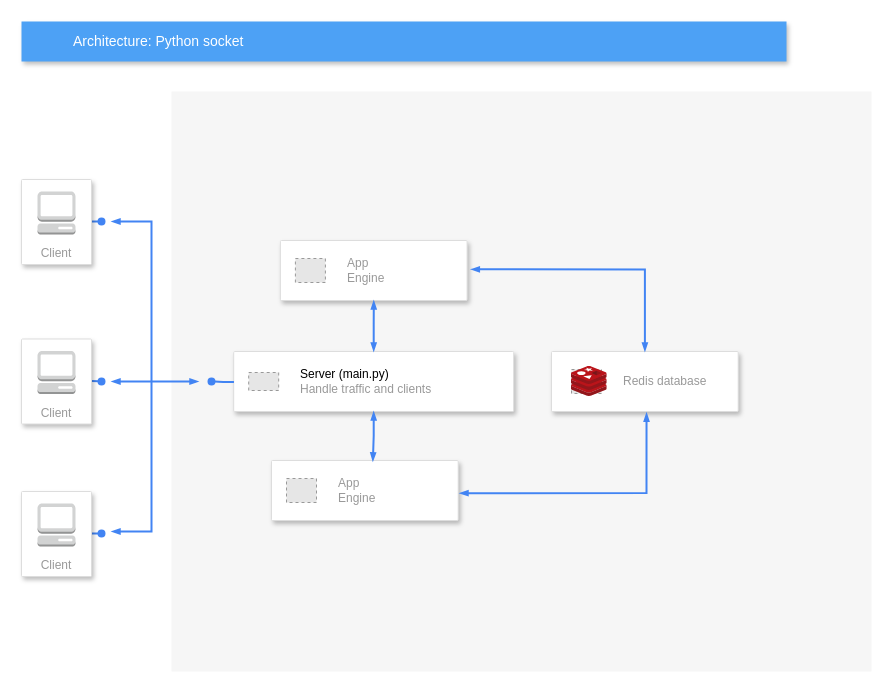
Before: assignment4/Untitled Diagram.drawio in mrMikoma/DistributedSystems, a draw.io diagram. Source tidied: cells renumbered, new cells numbered last; positions are measured from the earlier drawing's top-left corner, leaving out a move shared by most shapes. Both pictures are drawn from the tidied source at 100%, with x=0, y=0 at pixel (21, 21). Pictures stored in the file or linked from it are replaced by grey dashed boxes.
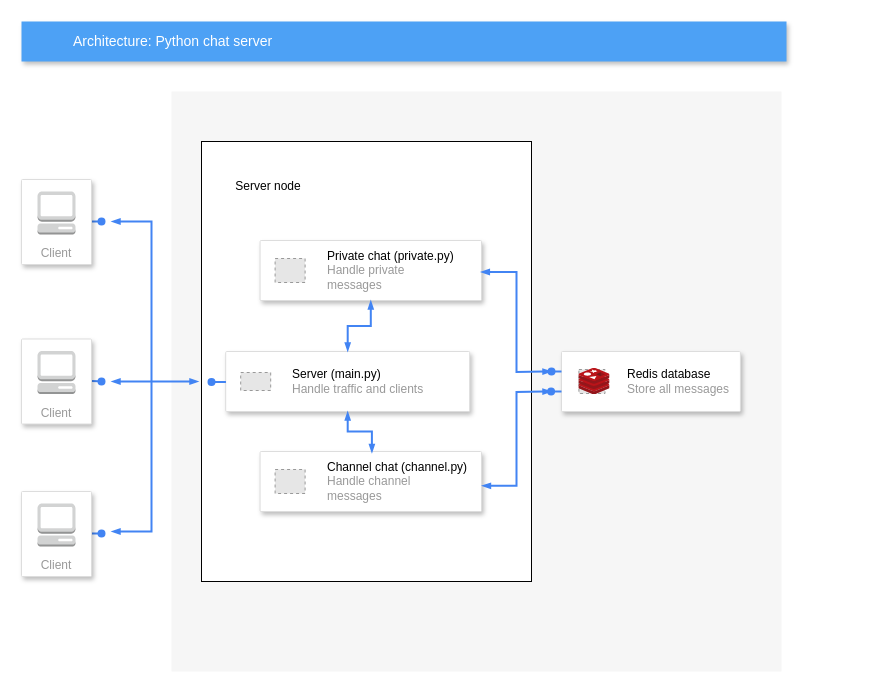
The same diagram, later.

Diff of the diagram source:
```diff
@@
     <mxCell id="2" style="fillColor=#F6F6F6;strokeColor=none;shadow=0;gradientColor=none;fontSize=14;align=left;spacing=10;fontColor=#717171;9E9E9E;verticalAlign=top;spacingTop=-4;fontStyle=0;spacingLeft=40;html=1;" parent="1" vertex="1">
-      <mxGeometry x="150" y="70" width="700" height="580" as="geometry" />
+      <mxGeometry x="150" y="70" width="610" height="580" as="geometry" />
     </mxCell>
-    <mxCell id="3" style="strokeColor=#dddddd;shadow=1;strokeWidth=1;rounded=1;absoluteArcSize=1;arcSize=2;" parent="2" vertex="1">
-      <mxGeometry x="380" y="260" width="186.7" height="60" as="geometry" />
-    </mxCell>
-    <mxCell id="4" value="Redis database" style="fillColor=#E6E6E6;strokeColor=#999999;dashed=1;html=1;fontColor=#999999;verticalLabelPosition=middle;verticalAlign=middle;labelPosition=right;align=left;spacingLeft=20;" parent="2" vertex="1">
-      <mxGeometry x="400" y="278" width="30" height="24" as="geometry" />
-    </mxCell>
+    <mxCell id="29" style="rounded=0;whiteSpace=wrap;html=1;" parent="2" vertex="1">
+      <mxGeometry x="30" y="50" width="330" height="440" as="geometry" />
+    </mxCell>
     <mxCell id="5" style="strokeColor=#dddddd;shadow=1;strokeWidth=1;rounded=1;absoluteArcSize=1;arcSize=2;" parent="2" vertex="1">
-      <mxGeometry x="108.9" y="149" width="186.7" height="60" as="geometry" />
+      <mxGeometry x="88.6" y="149" width="221.4" height="60" as="geometry" />
     </mxCell>
-    <mxCell id="6" value="App&#10;Engine" style="fillColor=#E6E6E6;strokeColor=#999999;dashed=1;html=1;fontColor=#999999;verticalLabelPosition=middle;verticalAlign=middle;labelPosition=right;align=left;spacingLeft=20;" parent="5" vertex="1">
+    <mxCell id="6" value="&lt;font color=&quot;#000000&quot;&gt;Private chat (private.py)&lt;/font&gt;&lt;div&gt;Handle private&lt;br&gt;messages&lt;/div&gt;" style="fillColor=#E6E6E6;strokeColor=#999999;dashed=1;html=1;fontColor=#999999;verticalLabelPosition=middle;verticalAlign=middle;labelPosition=right;align=left;spacingLeft=20;" parent="5" vertex="1">
       <mxGeometry width="30" height="24" relative="1" as="geometry">
         <mxPoint x="15" y="18" as="offset" />
       </mxGeometry>
     </mxCell>
     <mxCell id="7" style="strokeColor=#dddddd;shadow=1;strokeWidth=1;rounded=1;absoluteArcSize=1;arcSize=2;" parent="2" vertex="1">
-      <mxGeometry x="62.2" y="260" width="280" height="60" as="geometry" />
+      <mxGeometry x="54.2" y="260" width="244" height="60" as="geometry" />
     </mxCell>
@@
     <mxCell id="10" style="strokeColor=#dddddd;shadow=1;strokeWidth=1;rounded=1;absoluteArcSize=1;arcSize=2;" parent="2" vertex="1">
-      <mxGeometry x="100" y="369" width="186.7" height="60" as="geometry" />
+      <mxGeometry x="88.6" y="360" width="221.4" height="60" as="geometry" />
     </mxCell>
-    <mxCell id="11" value="App&#10;Engine" style="fillColor=#E6E6E6;strokeColor=#999999;dashed=1;html=1;fontColor=#999999;verticalLabelPosition=middle;verticalAlign=middle;labelPosition=right;align=left;spacingLeft=20;" parent="10" vertex="1">
+    <mxCell id="11" value="&lt;font color=&quot;#000000&quot;&gt;Channel chat (channel.py)&lt;/font&gt;&lt;div&gt;Handle channel &lt;br&gt;messages&lt;/div&gt;" style="fillColor=#E6E6E6;strokeColor=#999999;dashed=1;html=1;fontColor=#999999;verticalLabelPosition=middle;verticalAlign=middle;labelPosition=right;align=left;spacingLeft=20;" parent="10" vertex="1">
       <mxGeometry width="30" height="24" relative="1" as="geometry">
         <mxPoint x="15" y="18" as="offset" />
       </mxGeometry>
     </mxCell>
-    <mxCell id="12" style="edgeStyle=orthogonalEdgeStyle;fontSize=12;html=1;endArrow=blockThin;endFill=1;rounded=0;strokeWidth=2;endSize=4;startSize=4;dashed=0;strokeColor=#4284F3;startArrow=blockThin;startFill=1;entryX=0.543;entryY=0.014;entryDx=0;entryDy=0;entryPerimeter=0;" parent="2" edge="1" source="7" target="10">
+    <mxCell id="12" style="edgeStyle=orthogonalEdgeStyle;fontSize=12;html=1;endArrow=blockThin;endFill=1;rounded=0;strokeWidth=2;endSize=4;startSize=4;dashed=0;strokeColor=#4284F3;startArrow=blockThin;startFill=1;entryX=0.505;entryY=0.023;entryDx=0;entryDy=0;entryPerimeter=0;" parent="2" edge="1" source="7" target="10">
       <mxGeometry relative="1" as="geometry" />
     </mxCell>
+    <mxCell id="30" style="group;" parent="2" vertex="1">
+      <mxGeometry x="390" y="260" width="178.9" height="60" as="geometry" />
+    </mxCell>
+    <mxCell id="3" style="strokeColor=#dddddd;shadow=1;strokeWidth=1;rounded=1;absoluteArcSize=1;arcSize=2;" parent="30" vertex="1">
+      <mxGeometry width="178.9" height="60" as="geometry" />
+    </mxCell>
+    <mxCell id="4" value="&lt;font color=&quot;#000000&quot;&gt;Redis database&lt;br&gt;&lt;/font&gt;Store all messages" style="fillColor=#E6E6E6;strokeColor=#999999;dashed=1;html=1;fontColor=#999999;verticalLabelPosition=middle;verticalAlign=middle;labelPosition=right;align=left;spacingLeft=20;" parent="30" vertex="1">
+      <mxGeometry x="17.4" y="18" width="26.1" height="24" as="geometry" />
+    </mxCell>
-    <mxCell id="13" style="image;sketch=0;html=1;align=center;fontSize=12;image=img/lib/mscae/Cache_Redis_Product.svg;" parent="2" vertex="1">
-      <mxGeometry x="400" y="275" width="35.7" height="30" as="geometry" />
+    <mxCell id="13" style="image;sketch=0;html=1;align=center;fontSize=12;image=img/lib/mscae/Cache_Redis_Product.svg;" parent="30" vertex="1">
+      <mxGeometry x="17.4" y="17" width="31.1" height="26.1" as="geometry" />
     </mxCell>
-    <mxCell id="14" style="edgeStyle=orthogonalEdgeStyle;fontSize=12;html=1;endArrow=blockThin;endFill=1;rounded=0;strokeWidth=2;endSize=4;startSize=4;dashed=0;strokeColor=#4284F3;startArrow=blockThin;startFill=1;exitX=1.02;exitY=0.481;exitDx=0;exitDy=0;exitPerimeter=0;" parent="2" edge="1" source="5" target="3">
-      <mxGeometry relative="1" as="geometry" />
-    </mxCell>
-    <mxCell id="15" style="edgeStyle=orthogonalEdgeStyle;fontSize=12;html=1;endArrow=blockThin;endFill=1;rounded=0;strokeWidth=2;endSize=4;startSize=4;dashed=0;strokeColor=#4284F3;startArrow=blockThin;startFill=1;entryX=0.509;entryY=1.02;entryDx=0;entryDy=0;entryPerimeter=0;exitX=1.007;exitY=0.544;exitDx=0;exitDy=0;exitPerimeter=0;" parent="2" edge="1" source="10" target="3">
-      <mxGeometry relative="1" as="geometry" />
-    </mxCell>
+    <mxCell id="31" style="edgeStyle=orthogonalEdgeStyle;fontSize=12;html=1;endArrow=oval;endFill=1;rounded=0;strokeWidth=2;endSize=6;startSize=4;dashed=0;strokeColor=#4284F3;exitX=0.002;exitY=0.496;exitDx=0;exitDy=0;exitPerimeter=0;" parent="2" edge="1">
+      <mxGeometry relative="1" as="geometry">
+        <mxPoint x="390" y="300" as="sourcePoint" />
+        <mxPoint x="379.6" y="300.2" as="targetPoint" />
+      </mxGeometry>
+    </mxCell>
+    <mxCell id="32" style="edgeStyle=orthogonalEdgeStyle;fontSize=12;html=1;endArrow=oval;endFill=1;rounded=0;strokeWidth=2;endSize=6;startSize=4;dashed=0;strokeColor=#4284F3;exitX=0.002;exitY=0.496;exitDx=0;exitDy=0;exitPerimeter=0;" parent="2" edge="1">
+      <mxGeometry relative="1" as="geometry">
+        <mxPoint x="390" y="280" as="sourcePoint" />
+        <mxPoint x="380" y="280" as="targetPoint" />
+      </mxGeometry>
+    </mxCell>
+    <mxCell id="33" style="edgeStyle=orthogonalEdgeStyle;fontSize=12;html=1;endArrow=blockThin;endFill=1;rounded=0;strokeWidth=2;endSize=4;startSize=4;dashed=0;strokeColor=#4284F3;startArrow=blockThin;startFill=1;entryX=0.997;entryY=0.525;entryDx=0;entryDy=0;entryPerimeter=0;" parent="2" edge="1" target="5">
+      <mxGeometry relative="1" as="geometry">
+        <mxPoint x="380" y="280" as="sourcePoint" />
+      </mxGeometry>
+    </mxCell>
+    <mxCell id="34" value="Server node" style="text;html=1;align=center;verticalAlign=middle;whiteSpace=wrap;rounded=0;" parent="2" vertex="1">
+      <mxGeometry x="54.2" y="80" width="85.8" height="30" as="geometry" />
+    </mxCell>
-    <mxCell id="16" value="Architecture: Python socket" style="fillColor=#4DA1F5;strokeColor=none;shadow=1;gradientColor=none;fontSize=14;align=left;spacingLeft=50;fontColor=#ffffff;html=1;" parent="1" vertex="1">
+    <mxCell id="16" value="Architecture: Python chat server" style="fillColor=#4DA1F5;strokeColor=none;shadow=1;gradientColor=none;fontSize=14;align=left;spacingLeft=50;fontColor=#ffffff;html=1;" parent="1" vertex="1">
       <mxGeometry width="765" height="40" as="geometry" />
     </mxCell>
@@
+    <mxCell id="35" style="edgeStyle=orthogonalEdgeStyle;fontSize=12;html=1;endArrow=blockThin;endFill=1;rounded=0;strokeWidth=2;endSize=4;startSize=4;dashed=0;strokeColor=#4284F3;startArrow=blockThin;startFill=1;entryX=1.002;entryY=0.572;entryDx=0;entryDy=0;entryPerimeter=0;" parent="1" edge="1" target="10">
+      <mxGeometry relative="1" as="geometry">
+        <mxPoint x="530" y="370" as="sourcePoint" />
+      </mxGeometry>
+    </mxCell>
```
